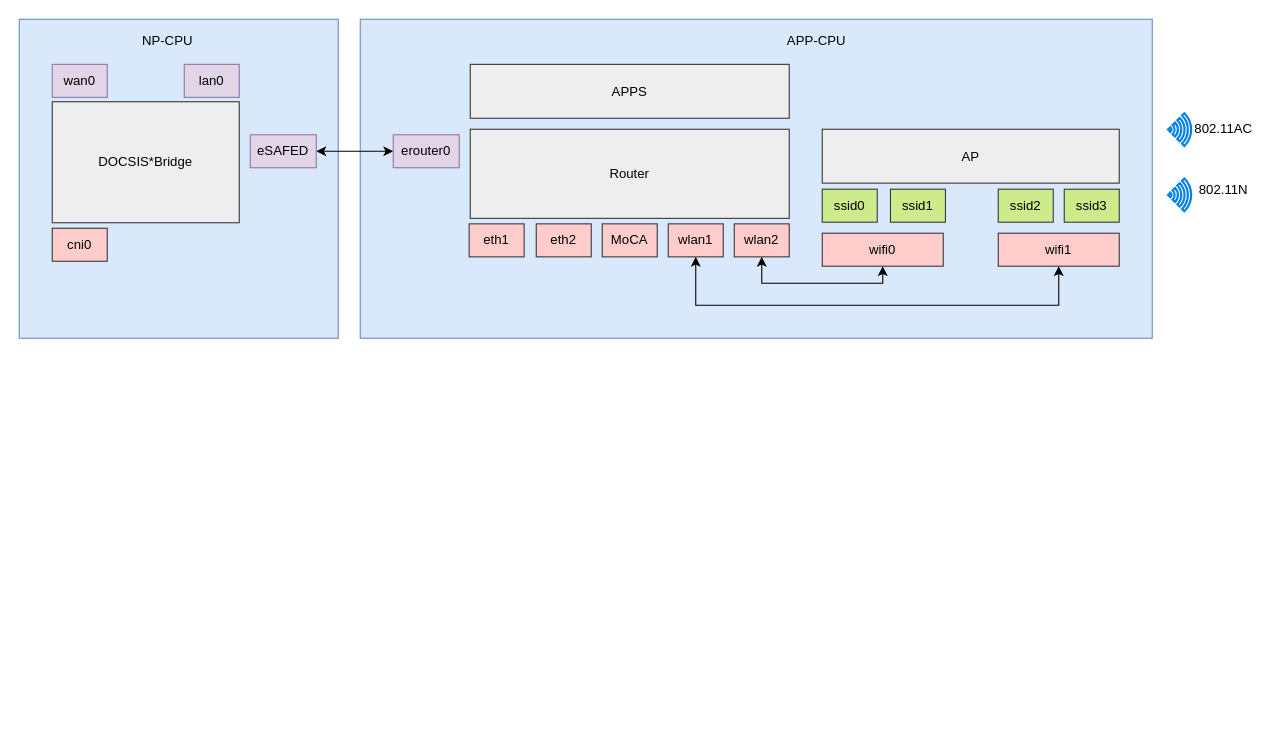
Above: page "GW on APP-CPU" (6 of 11) of Puma7.drawio in nelsonchung/drawio (draw.io), before the change. Source tidied: cells renumbered, new cells numbered last; positions are measured from the earlier drawing's top-left corner, leaving out a move shared by most shapes. Both pictures are drawn from the tidied source at 110%, with x=0, y=0 at pixel (19, 19).
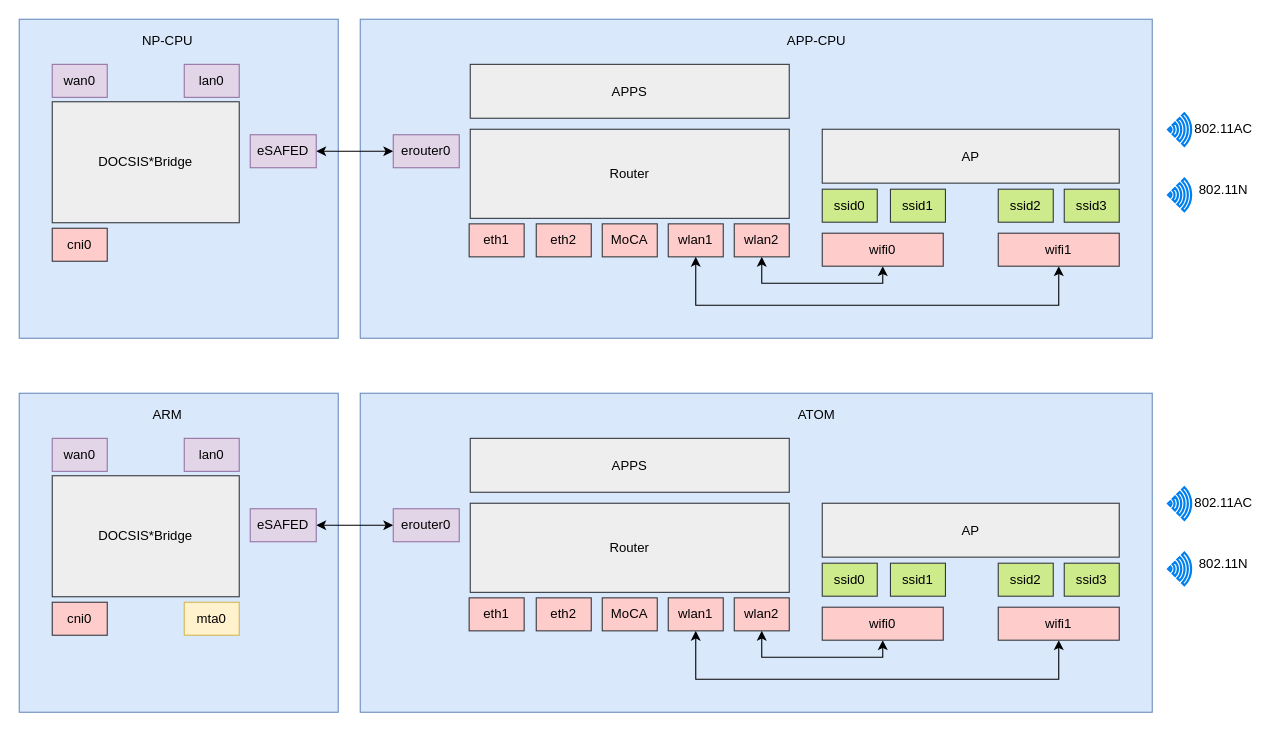
The same diagram, later.

What changed in the source:
```diff
@@
+    <mxCell id="33" style="rounded=0;whiteSpace=wrap;html=1;fillColor=#dae8fc;strokeColor=#6c8ebf;" parent="1" vertex="1">
+      <mxGeometry y="340" width="290" height="290" as="geometry" />
+    </mxCell>
+    <mxCell id="34" value="ARM" style="text;html=1;strokeColor=none;fillColor=none;align=center;verticalAlign=middle;whiteSpace=wrap;rounded=0;" parent="1" vertex="1">
+      <mxGeometry x="100" y="350" width="70" height="20" as="geometry" />
+    </mxCell>
+    <mxCell id="35" style="rounded=0;whiteSpace=wrap;html=1;fillColor=#dae8fc;strokeColor=#6c8ebf;" parent="1" vertex="1">
+      <mxGeometry x="310" y="340" width="720" height="290" as="geometry" />
+    </mxCell>
+    <mxCell id="36" value="ATOM" style="text;html=1;strokeColor=none;fillColor=none;align=center;verticalAlign=middle;whiteSpace=wrap;rounded=0;" parent="1" vertex="1">
+      <mxGeometry x="690" y="350" width="70" height="20" as="geometry" />
+    </mxCell>
+    <mxCell id="37" value="wan0" style="rounded=0;whiteSpace=wrap;html=1;fillColor=#e1d5e7;strokeColor=#9673a6;" parent="1" vertex="1">
+      <mxGeometry x="30" y="381" width="50" height="30" as="geometry" />
+    </mxCell>
+    <mxCell id="38" value="lan0" style="rounded=0;whiteSpace=wrap;html=1;fillColor=#e1d5e7;strokeColor=#9673a6;" parent="1" vertex="1">
+      <mxGeometry x="150" y="381" width="50" height="30" as="geometry" />
+    </mxCell>
+    <mxCell id="39" value="DOCSIS*Bridge" style="rounded=0;whiteSpace=wrap;html=1;fillColor=#eeeeee;strokeColor=#36393d;" parent="1" vertex="1">
+      <mxGeometry x="30" y="415" width="170" height="110" as="geometry" />
+    </mxCell>
+    <mxCell id="40" value="cni0" style="rounded=0;whiteSpace=wrap;html=1;fillColor=#ffcccc;strokeColor=#36393d;" parent="1" vertex="1">
+      <mxGeometry x="30" y="530" width="50" height="30" as="geometry" />
+    </mxCell>
+    <mxCell id="41" style="edgeStyle=orthogonalEdgeStyle;rounded=0;jettySize=auto;html=1;exitX=1;exitY=0.5;exitDx=0;exitDy=0;entryX=0;entryY=0.5;entryDx=0;entryDy=0;startArrow=classic;startFill=1;" parent="1" edge="1" source="42" target="43">
+      <mxGeometry relative="1" as="geometry" />
+    </mxCell>
+    <mxCell id="42" value="eSAFED" style="rounded=0;whiteSpace=wrap;html=1;fillColor=#e1d5e7;strokeColor=#9673a6;" parent="1" vertex="1">
+      <mxGeometry x="210" y="445" width="60" height="30" as="geometry" />
+    </mxCell>
+    <mxCell id="43" value="erouter0" style="rounded=0;whiteSpace=wrap;html=1;fillColor=#e1d5e7;strokeColor=#9673a6;" parent="1" vertex="1">
+      <mxGeometry x="340" y="445" width="60" height="30" as="geometry" />
+    </mxCell>
+    <mxCell id="44" value="Router" style="rounded=0;whiteSpace=wrap;html=1;fillColor=#eeeeee;strokeColor=#36393d;" parent="1" vertex="1">
+      <mxGeometry x="410" y="440" width="290" height="81" as="geometry" />
+    </mxCell>
+    <mxCell id="45" value="eth1" style="rounded=0;whiteSpace=wrap;html=1;fillColor=#ffcccc;strokeColor=#36393d;" parent="1" vertex="1">
+      <mxGeometry x="409" y="526" width="50" height="30" as="geometry" />
+    </mxCell>
+    <mxCell id="46" value="eth2" style="rounded=0;whiteSpace=wrap;html=1;fillColor=#ffcccc;strokeColor=#36393d;" parent="1" vertex="1">
+      <mxGeometry x="470" y="526" width="50" height="30" as="geometry" />
+    </mxCell>
+    <mxCell id="47" value="MoCA" style="rounded=0;whiteSpace=wrap;html=1;fillColor=#ffcccc;strokeColor=#36393d;" parent="1" vertex="1">
+      <mxGeometry x="530" y="526" width="50" height="30" as="geometry" />
+    </mxCell>
+    <mxCell id="48" style="edgeStyle=orthogonalEdgeStyle;rounded=0;jettySize=auto;html=1;exitX=0.5;exitY=1;exitDx=0;exitDy=0;entryX=0.5;entryY=1;entryDx=0;entryDy=0;startArrow=classic;startFill=1;" parent="1" edge="1" source="49" target="59">
+      <mxGeometry relative="1" as="geometry">
+        <Array as="points">
+          <mxPoint x="615" y="600" />
+          <mxPoint x="945" y="600" />
+        </Array>
+      </mxGeometry>
+    </mxCell>
+    <mxCell id="49" value="wlan1" style="rounded=0;whiteSpace=wrap;html=1;fillColor=#ffcccc;strokeColor=#36393d;" parent="1" vertex="1">
+      <mxGeometry x="590" y="526" width="50" height="30" as="geometry" />
+    </mxCell>
+    <mxCell id="50" style="edgeStyle=orthogonalEdgeStyle;rounded=0;jettySize=auto;html=1;exitX=0.5;exitY=1;exitDx=0;exitDy=0;entryX=0.5;entryY=1;entryDx=0;entryDy=0;startArrow=classic;startFill=1;" parent="1" edge="1" source="51" target="58">
+      <mxGeometry relative="1" as="geometry">
+        <Array as="points">
+          <mxPoint x="675" y="580" />
+          <mxPoint x="785" y="580" />
+        </Array>
+      </mxGeometry>
+    </mxCell>
+    <mxCell id="51" value="wlan2" style="rounded=0;whiteSpace=wrap;html=1;fillColor=#ffcccc;strokeColor=#36393d;" parent="1" vertex="1">
+      <mxGeometry x="650" y="526" width="50" height="30" as="geometry" />
+    </mxCell>
+    <mxCell id="52" value="APPS" style="rounded=0;whiteSpace=wrap;html=1;fillColor=#eeeeee;strokeColor=#36393d;" parent="1" vertex="1">
+      <mxGeometry x="410" y="381" width="290" height="49" as="geometry" />
+    </mxCell>
+    <mxCell id="53" value="AP" style="rounded=0;whiteSpace=wrap;html=1;fillColor=#eeeeee;strokeColor=#36393d;" parent="1" vertex="1">
+      <mxGeometry x="730" y="440" width="270" height="49" as="geometry" />
+    </mxCell>
+    <mxCell id="54" value="ssid0" style="rounded=0;whiteSpace=wrap;html=1;fillColor=#cdeb8b;strokeColor=#36393d;" parent="1" vertex="1">
+      <mxGeometry x="730" y="494.5" width="50" height="30" as="geometry" />
+    </mxCell>
+    <mxCell id="55" value="ssid1" style="rounded=0;whiteSpace=wrap;html=1;fillColor=#cdeb8b;strokeColor=#36393d;" parent="1" vertex="1">
+      <mxGeometry x="792" y="494.5" width="50" height="30" as="geometry" />
+    </mxCell>
+    <mxCell id="56" value="ssid2" style="rounded=0;whiteSpace=wrap;html=1;fillColor=#cdeb8b;strokeColor=#36393d;" parent="1" vertex="1">
+      <mxGeometry x="890" y="494.5" width="50" height="30" as="geometry" />
+    </mxCell>
+    <mxCell id="57" value="ssid3" style="rounded=0;whiteSpace=wrap;html=1;fillColor=#cdeb8b;strokeColor=#36393d;" parent="1" vertex="1">
+      <mxGeometry x="950" y="494.5" width="50" height="30" as="geometry" />
+    </mxCell>
+    <mxCell id="58" value="wifi0" style="rounded=0;whiteSpace=wrap;html=1;fillColor=#ffcccc;strokeColor=#36393d;" parent="1" vertex="1">
+      <mxGeometry x="730" y="534.5" width="110" height="30" as="geometry" />
+    </mxCell>
+    <mxCell id="59" value="wifi1" style="rounded=0;whiteSpace=wrap;html=1;fillColor=#ffcccc;strokeColor=#36393d;" parent="1" vertex="1">
+      <mxGeometry x="890" y="534.5" width="110" height="30" as="geometry" />
+    </mxCell>
+    <mxCell id="60" style="html=1;verticalLabelPosition=bottom;align=center;labelBackgroundColor=#ffffff;verticalAlign=top;strokeWidth=2;strokeColor=#0080F0;shadow=0;dashed=0;shape=mxgraph.ios7.icons.wifi;rotation=90;" parent="1" vertex="1">
+      <mxGeometry x="1040" y="429.8" width="29.7" height="21" as="geometry" />
+    </mxCell>
+    <mxCell id="61" style="html=1;verticalLabelPosition=bottom;align=center;labelBackgroundColor=#ffffff;verticalAlign=top;strokeWidth=2;strokeColor=#0080F0;shadow=0;dashed=0;shape=mxgraph.ios7.icons.wifi;rotation=90;" parent="1" vertex="1">
+      <mxGeometry x="1040" y="489.2" width="29.7" height="21" as="geometry" />
+    </mxCell>
+    <mxCell id="62" value="802.11AC" style="text;html=1;strokeColor=none;fillColor=none;align=center;verticalAlign=middle;whiteSpace=wrap;rounded=0;" parent="1" vertex="1">
+      <mxGeometry x="1060" y="429.8" width="70" height="20" as="geometry" />
+    </mxCell>
+    <mxCell id="63" value="802.11N" style="text;html=1;strokeColor=none;fillColor=none;align=center;verticalAlign=middle;whiteSpace=wrap;rounded=0;" parent="1" vertex="1">
+      <mxGeometry x="1060" y="485.2" width="70" height="20" as="geometry" />
+    </mxCell>
+    <mxCell id="64" value="mta0" style="rounded=0;whiteSpace=wrap;html=1;fillColor=#fff2cc;strokeColor=#d6b656;" parent="1" vertex="1">
+      <mxGeometry x="150" y="530" width="50" height="30" as="geometry" />
+    </mxCell>
```
